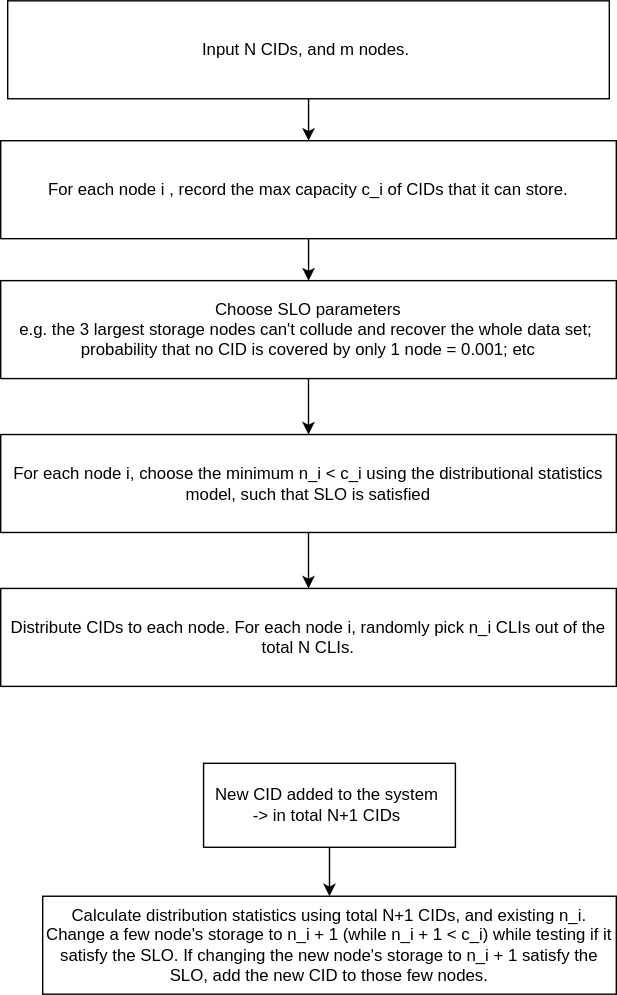
zcahkwn/occ keeps this draw.io diagram as assets/flow_chart.drawio.svg. Above is the earlier version. Source tidied: cells renumbered, new cells last; positions are measured from the earlier drawing's top-left corner, leaving out a move shared by most shapes.
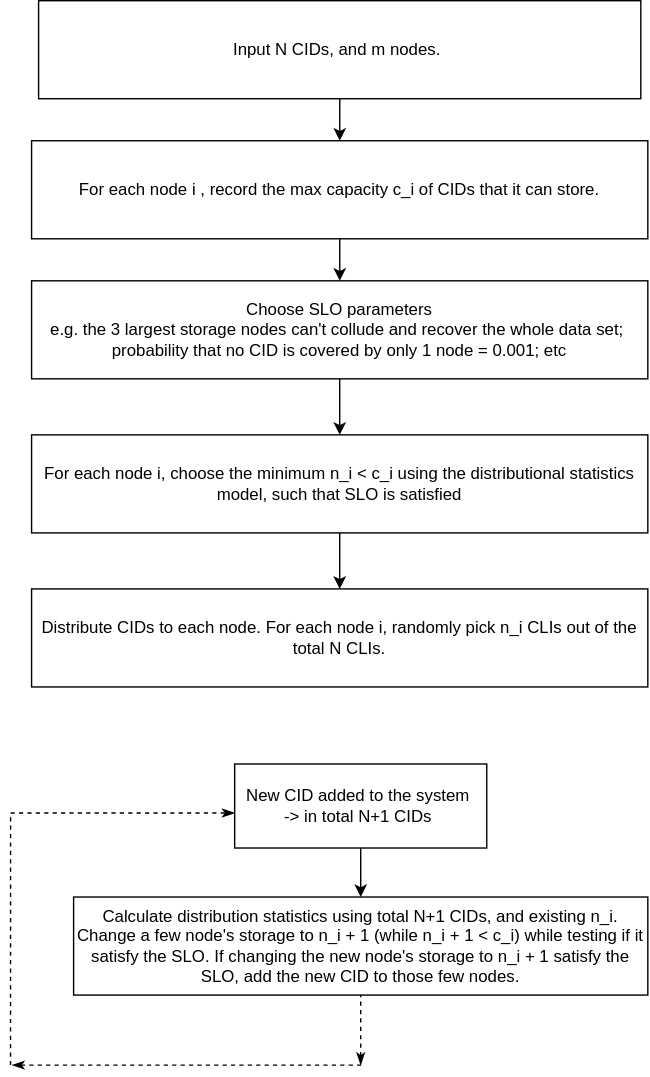
After the change.

The edit, as a diff of the source:
```diff
@@ -40,5 +40,26 @@
     <mxCell id="13" value="New CID added to the system&amp;nbsp;&lt;div&gt;-&amp;gt; in total N+1 CIDs&amp;nbsp;&lt;/div&gt;" style="rounded=0;whiteSpace=wrap;html=1;" parent="1" vertex="1">
       <mxGeometry x="145" y="545" width="180" height="60" as="geometry" />
     </mxCell>
+    <mxCell id="14" style="endArrow=none;html=1;rounded=0;entryX=0.5;entryY=1;entryDx=0;entryDy=0;dashed=1;startArrow=classicThin;startFill=1;" parent="1" edge="1" target="11">
+      <mxGeometry relative="1" as="geometry">
+        <mxPoint x="235" y="760" as="sourcePoint" />
+      </mxGeometry>
+    </mxCell>
+    <mxCell id="15" style="endArrow=none;html=1;rounded=0;dashed=1;startArrow=classicThin;startFill=1;" parent="1" edge="1">
+      <mxGeometry relative="1" as="geometry">
+        <mxPoint x="-14" y="760" as="sourcePoint" />
+        <mxPoint x="236" y="760" as="targetPoint" />
+      </mxGeometry>
+    </mxCell>
+    <mxCell id="16" style="endArrow=classicThin;html=1;rounded=0;edgeStyle=orthogonalEdgeStyle;dashed=1;startArrow=none;startFill=0;endFill=1;" parent="1" edge="1">
+      <mxGeometry relative="1" as="geometry">
+        <mxPoint x="-15" y="760" as="sourcePoint" />
+        <mxPoint x="145" y="580" as="targetPoint" />
+        <Array as="points">
+          <mxPoint x="-15" y="580" />
+          <mxPoint x="35" y="580" />
+        </Array>
+      </mxGeometry>
+    </mxCell>
   </root>
 </mxGraphModel>
```
